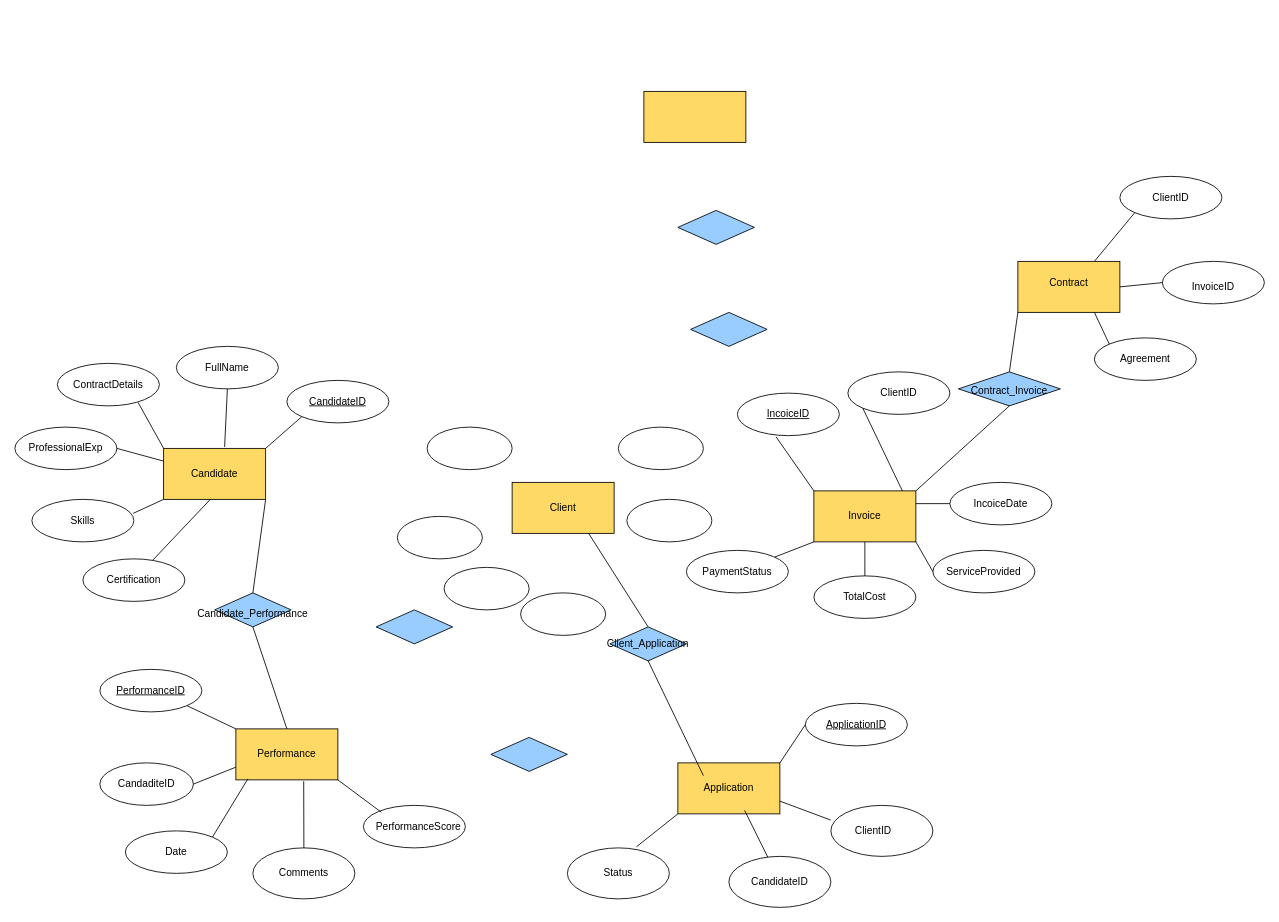
Before: shcema.drawio in JPGR11/DataBaseCompetition, a draw.io diagram. Source tidied: cells renumbered, new cells numbered last; positions are measured from the earlier drawing's top-left corner, leaving out a move shared by most shapes. Both pictures are drawn from the tidied source at 85%, with x=0, y=0 at pixel (14, 91).
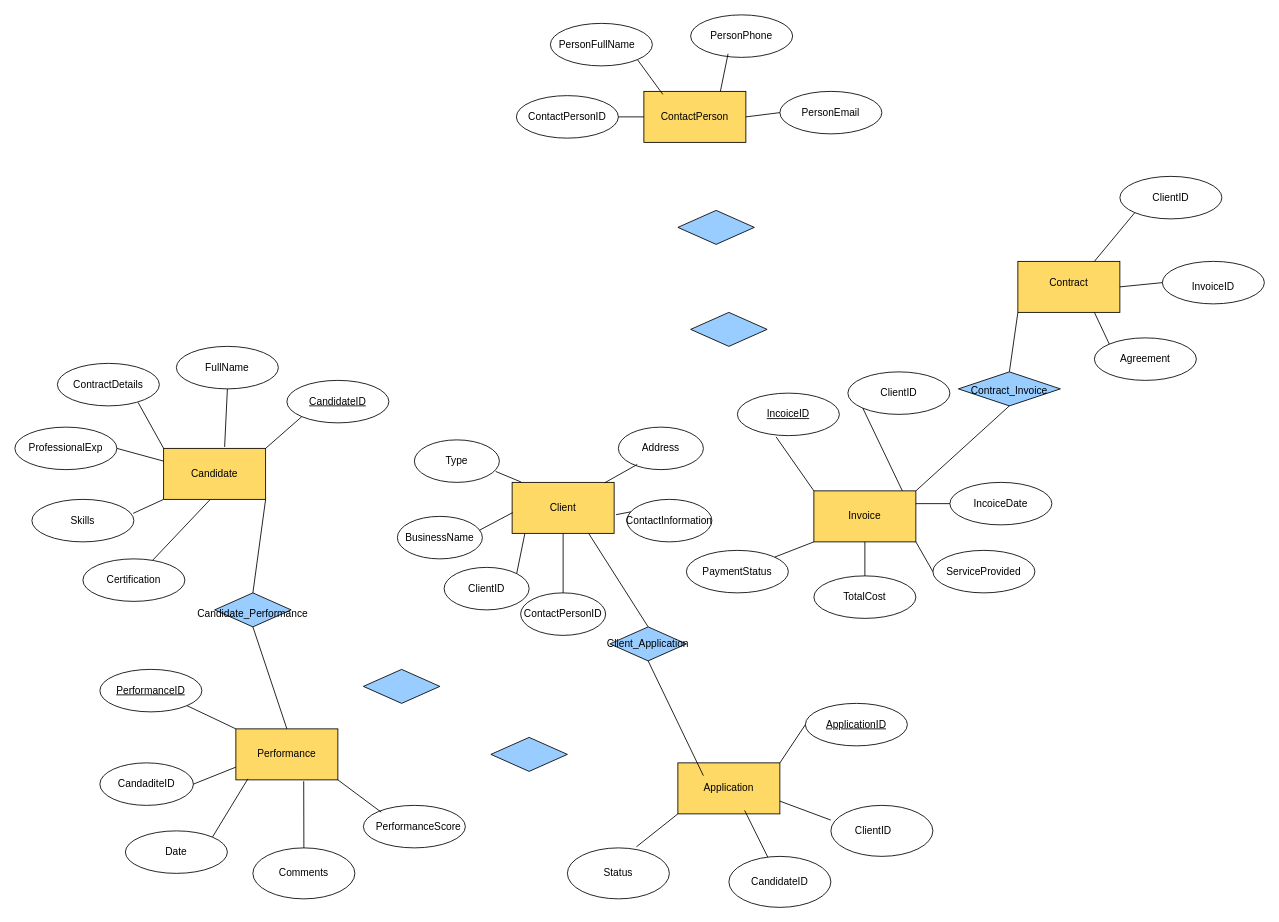
Above is the later version.

Unchanged cells that the change refers to:
```xml
<mxCell id="3" style="rounded=0;whiteSpace=wrap;html=1;fillColor=#FFD966;" parent="1" vertex="1">
  <mxGeometry x="585" y="460" width="120" height="60" as="geometry" />
</mxCell>
<mxCell id="86" style="ellipse;whiteSpace=wrap;html=1;" parent="1" vertex="1">
  <mxGeometry x="505" y="560" width="100" height="50" as="geometry" />
</mxCell>
<mxCell id="88" style="ellipse;whiteSpace=wrap;html=1;" parent="1" vertex="1">
  <mxGeometry x="720" y="480" width="100" height="50" as="geometry" />
</mxCell>
<mxCell id="89" style="ellipse;whiteSpace=wrap;html=1;" parent="1" vertex="1">
  <mxGeometry x="710" y="395" width="100" height="50" as="geometry" />
</mxCell>
<mxCell id="90" style="ellipse;whiteSpace=wrap;html=1;" parent="1" vertex="1">
  <mxGeometry x="450" y="500" width="100" height="50" as="geometry" />
</mxCell>
```

Change to the diagram source:
```diff
@@
-    <mxCell id="2" style="rounded=0;whiteSpace=wrap;html=1;fillColor=#FFD966;" parent="1" vertex="1">
+    <mxCell id="2" value="ContactPerson" style="rounded=0;whiteSpace=wrap;html=1;fillColor=#FFD966;" parent="1" vertex="1">
       <mxGeometry x="740" width="120" height="60" as="geometry" />
     </mxCell>
@@
     <mxCell id="91" style="ellipse;whiteSpace=wrap;html=1;" parent="1" vertex="1">
-      <mxGeometry x="485" y="395" width="100" height="50" as="geometry" />
+      <mxGeometry x="470" y="410" width="100" height="50" as="geometry" />
     </mxCell>
     <mxCell id="92" style="rhombus;whiteSpace=wrap;html=1;fillColor=#99CCFF;" parent="1" vertex="1">
-      <mxGeometry x="425" y="610" width="90" height="40" as="geometry" />
+      <mxGeometry x="410" y="680" width="90" height="40" as="geometry" />
     </mxCell>
@@
+    <mxCell id="109" value="ContactInformation" style="text;html=1;align=center;verticalAlign=middle;whiteSpace=wrap;rounded=0;" parent="1" vertex="1">
+      <mxGeometry x="740" y="490" width="60" height="30" as="geometry" />
+    </mxCell>
+    <mxCell id="110" value="Address" style="text;html=1;align=center;verticalAlign=middle;whiteSpace=wrap;rounded=0;" parent="1" vertex="1">
+      <mxGeometry x="730" y="405" width="60" height="30" as="geometry" />
+    </mxCell>
+    <mxCell id="111" value="ContactPersonID" style="text;html=1;align=center;verticalAlign=middle;whiteSpace=wrap;rounded=0;" parent="1" vertex="1">
+      <mxGeometry x="615" y="600" width="60" height="30" as="geometry" />
+    </mxCell>
+    <mxCell id="112" value="ClientID" style="text;html=1;align=center;verticalAlign=middle;whiteSpace=wrap;rounded=0;" parent="1" vertex="1">
+      <mxGeometry x="525" y="570" width="60" height="30" as="geometry" />
+    </mxCell>
+    <mxCell id="113" value="BusinessName" style="text;html=1;align=center;verticalAlign=middle;whiteSpace=wrap;rounded=0;" parent="1" vertex="1">
+      <mxGeometry x="470" y="510" width="60" height="30" as="geometry" />
+    </mxCell>
+    <mxCell id="114" value="Type" style="text;html=1;align=center;verticalAlign=middle;whiteSpace=wrap;rounded=0;" parent="1" vertex="1">
+      <mxGeometry x="490" y="420" width="60" height="30" as="geometry" />
+    </mxCell>
+    <mxCell id="115" style="endArrow=none;html=1;rounded=0;entryX=0.5;entryY=1;entryDx=0;entryDy=0;" parent="1" edge="1" target="3">
+      <mxGeometry relative="1" as="geometry">
+        <mxPoint x="645" y="590" as="sourcePoint" />
+      </mxGeometry>
+    </mxCell>
+    <mxCell id="116" style="endArrow=none;html=1;rounded=0;entryX=0.125;entryY=1;entryDx=0;entryDy=0;exitX=1;exitY=0;exitDx=0;exitDy=0;entryPerimeter=0;" parent="1" edge="1" source="86" target="3">
+      <mxGeometry relative="1" as="geometry" />
+    </mxCell>
+    <mxCell id="117" style="endArrow=none;html=1;rounded=0;entryX=0.006;entryY=0.592;entryDx=0;entryDy=0;exitX=0.965;exitY=0.327;exitDx=0;exitDy=0;entryPerimeter=0;exitPerimeter=0;" parent="1" edge="1" source="90" target="3">
+      <mxGeometry relative="1" as="geometry" />
+    </mxCell>
+    <mxCell id="118" style="endArrow=none;html=1;rounded=0;entryX=0.089;entryY=-0.006;entryDx=0;entryDy=0;exitX=0.957;exitY=0.743;exitDx=0;exitDy=0;entryPerimeter=0;exitPerimeter=0;" parent="1" edge="1" source="91" target="3">
+      <mxGeometry relative="1" as="geometry" />
+    </mxCell>
+    <mxCell id="119" style="endArrow=none;html=1;rounded=0;entryX=0.223;entryY=0.877;entryDx=0;entryDy=0;exitX=0.908;exitY=0.008;exitDx=0;exitDy=0;entryPerimeter=0;exitPerimeter=0;" parent="1" edge="1" source="3" target="89">
+      <mxGeometry relative="1" as="geometry" />
+    </mxCell>
+    <mxCell id="120" style="endArrow=none;html=1;rounded=0;entryX=0.048;entryY=0.293;entryDx=0;entryDy=0;exitX=1.019;exitY=0.633;exitDx=0;exitDy=0;entryPerimeter=0;exitPerimeter=0;" parent="1" edge="1" source="3" target="88">
+      <mxGeometry relative="1" as="geometry" />
+    </mxCell>
+    <mxCell id="121" style="ellipse;whiteSpace=wrap;html=1;" parent="1" vertex="1">
+      <mxGeometry x="795" y="-90" width="120" height="50" as="geometry" />
+    </mxCell>
+    <mxCell id="122" style="ellipse;whiteSpace=wrap;html=1;" parent="1" vertex="1">
+      <mxGeometry x="630" y="-80" width="120" height="50" as="geometry" />
+    </mxCell>
+    <mxCell id="123" style="ellipse;whiteSpace=wrap;html=1;" parent="1" vertex="1">
+      <mxGeometry x="590" y="5" width="120" height="50" as="geometry" />
+    </mxCell>
+    <mxCell id="124" style="ellipse;whiteSpace=wrap;html=1;" parent="1" vertex="1">
+      <mxGeometry x="900" width="120" height="50" as="geometry" />
+    </mxCell>
+    <mxCell id="125" value="PersonEmail" style="text;html=1;align=center;verticalAlign=middle;whiteSpace=wrap;rounded=0;" parent="1" vertex="1">
+      <mxGeometry x="930" y="10" width="60" height="30" as="geometry" />
+    </mxCell>
+    <mxCell id="126" value="PersonPhone" style="text;html=1;align=center;verticalAlign=middle;whiteSpace=wrap;rounded=0;" parent="1" vertex="1">
+      <mxGeometry x="825" y="-80" width="60" height="30" as="geometry" />
+    </mxCell>
+    <mxCell id="127" value="PersonFullName" style="text;html=1;align=center;verticalAlign=middle;whiteSpace=wrap;rounded=0;" parent="1" vertex="1">
+      <mxGeometry x="655" y="-70" width="60" height="30" as="geometry" />
+    </mxCell>
+    <mxCell id="128" value="ContactPersonID" style="text;html=1;align=center;verticalAlign=middle;whiteSpace=wrap;rounded=0;" parent="1" vertex="1">
+      <mxGeometry x="620" y="15" width="60" height="30" as="geometry" />
+    </mxCell>
+    <mxCell id="129" style="endArrow=none;html=1;rounded=0;exitX=0;exitY=0.5;exitDx=0;exitDy=0;entryX=1;entryY=0.5;entryDx=0;entryDy=0;" parent="1" edge="1" source="124" target="2">
+      <mxGeometry relative="1" as="geometry" />
+    </mxCell>
+    <mxCell id="130" style="endArrow=none;html=1;rounded=0;entryX=0.367;entryY=0.916;entryDx=0;entryDy=0;entryPerimeter=0;exitX=0.75;exitY=0;exitDx=0;exitDy=0;" parent="1" edge="1" source="2" target="121">
+      <mxGeometry relative="1" as="geometry" />
+    </mxCell>
+    <mxCell id="131" style="endArrow=none;html=1;rounded=0;exitX=1;exitY=1;exitDx=0;exitDy=0;entryX=0.186;entryY=0.059;entryDx=0;entryDy=0;entryPerimeter=0;" parent="1" edge="1" source="122" target="2">
+      <mxGeometry relative="1" as="geometry" />
+    </mxCell>
+    <mxCell id="132" style="endArrow=none;html=1;rounded=0;entryX=0;entryY=0.5;entryDx=0;entryDy=0;exitX=1;exitY=0.5;exitDx=0;exitDy=0;" parent="1" edge="1" source="123" target="2">
+      <mxGeometry relative="1" as="geometry" />
+    </mxCell>
```
